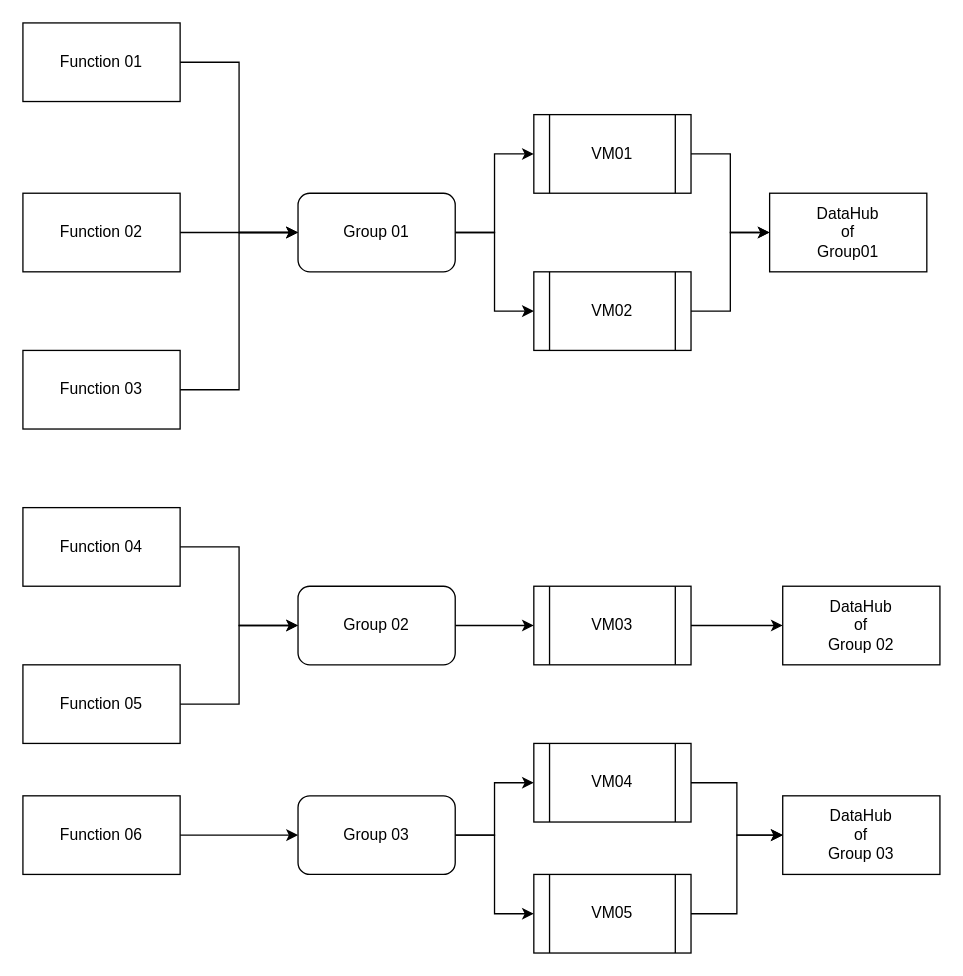
This is docs/全局结构示例.drawio from phil616/rpic, a draw.io file, before an edit. Source tidied: cells renumbered, new cells numbered last; positions are measured from the earlier drawing's top-left corner, leaving out a move shared by most shapes. Both pictures are drawn from the tidied source at 131%, with x=0, y=0 at pixel (22, 22).
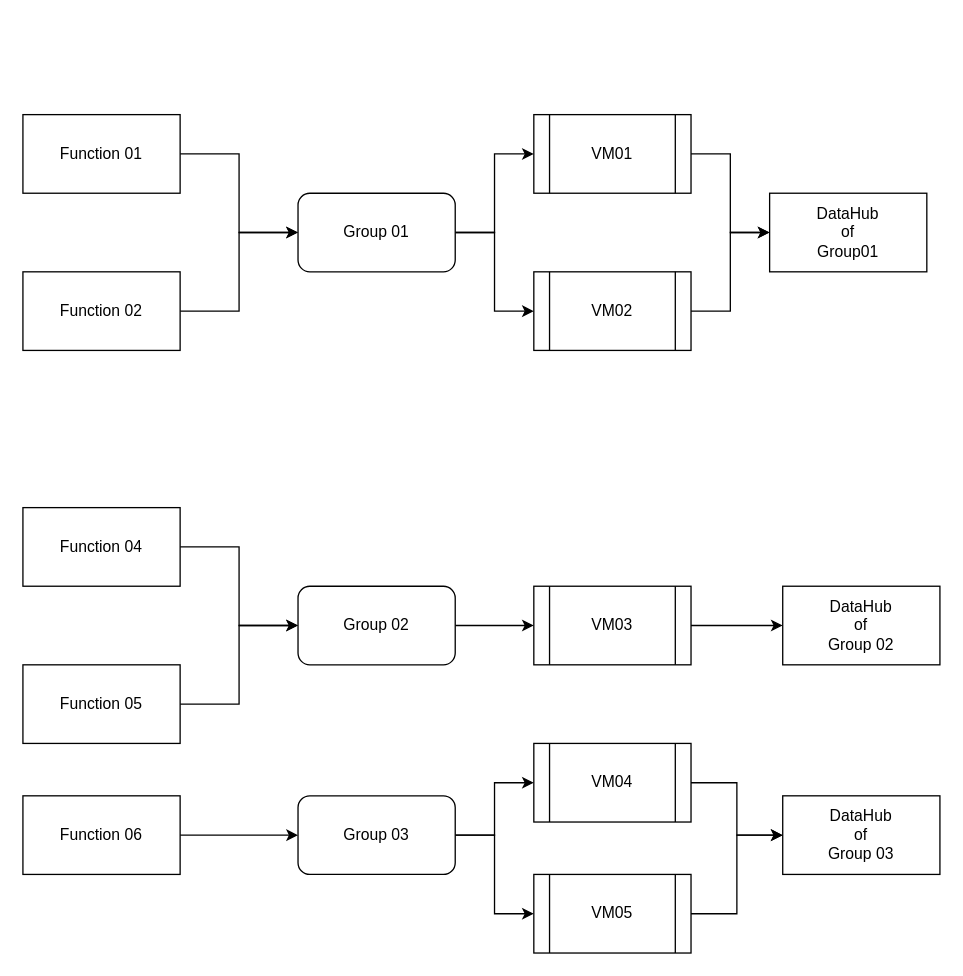
The same page after the edit.

Unchanged cells that the change refers to:
```xml
<mxCell id="14" value="Group 01" style="rounded=1;whiteSpace=wrap;html=1;" parent="1" vertex="1">
  <mxGeometry x="210" y="130" width="120" height="60" as="geometry" />
</mxCell>
```

What changed in the source:
```diff
@@
     <mxCell id="3" value="Function 01" style="rounded=0;whiteSpace=wrap;html=1;" parent="1" vertex="1">
-      <mxGeometry width="120" height="60" as="geometry" />
+      <mxGeometry y="70" width="120" height="60" as="geometry" />
     </mxCell>
@@
     <mxCell id="5" value="Function 02" style="rounded=0;whiteSpace=wrap;html=1;" parent="1" vertex="1">
-      <mxGeometry y="130" width="120" height="60" as="geometry" />
+      <mxGeometry y="190" width="120" height="60" as="geometry" />
     </mxCell>
-    <mxCell id="6" style="edgeStyle=orthogonalEdgeStyle;rounded=0;jettySize=auto;html=1;entryX=0;entryY=0.5;entryDx=0;entryDy=0;" parent="1" edge="1" source="7" target="14">
-      <mxGeometry relative="1" as="geometry" />
-    </mxCell>
-    <mxCell id="7" value="Function 03" style="rounded=0;whiteSpace=wrap;html=1;" parent="1" vertex="1">
-      <mxGeometry y="250" width="120" height="60" as="geometry" />
-    </mxCell>
```
